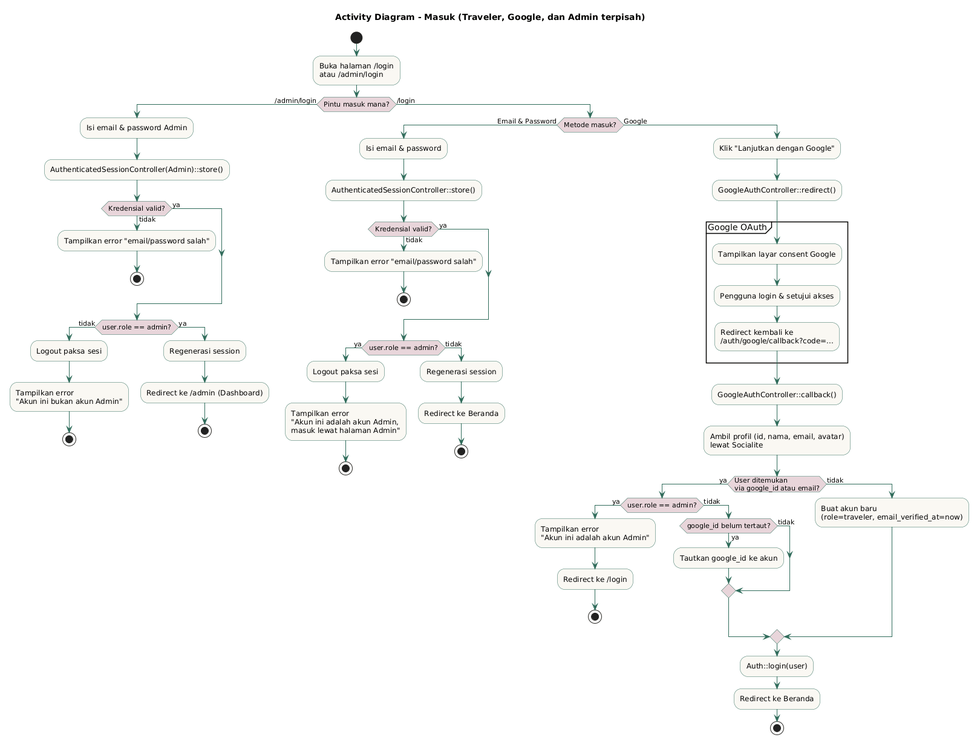
The PlantUML diagram docs/gabungan/uml-plantuml/02-activity-login.png in anugrahhhhh/tripplane-jogja-itenary, before a commit.
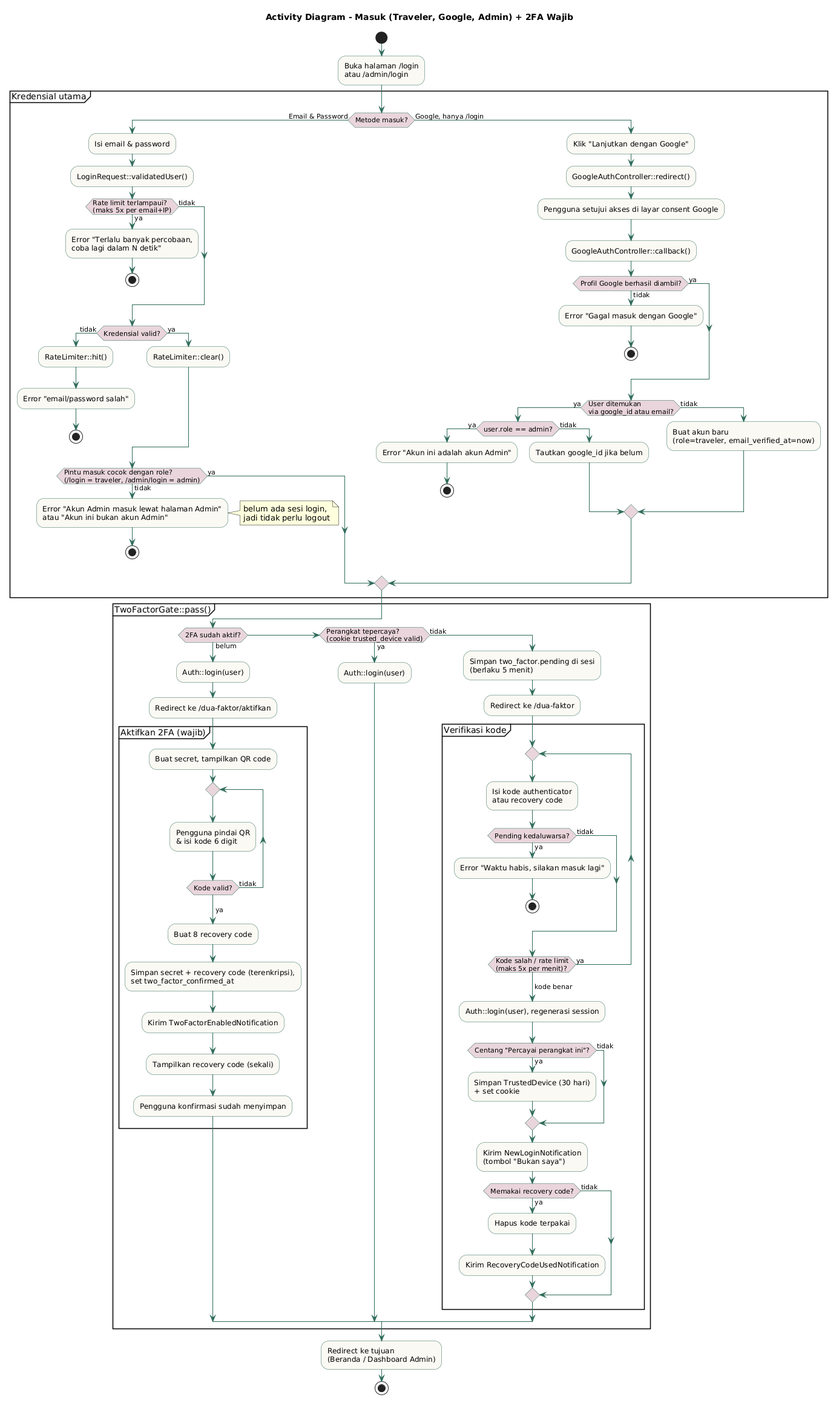
The same diagram one commit later.

Change to the diagram source:
```diff
@@ -1,5 +1,5 @@
 @startuml
-title Activity Diagram - Masuk (Traveler, Google, dan Admin terpisah)
+title Activity Diagram - Masuk (Traveler, Google, Admin) + 2FA Wajib
 
 skinparam activity {
   BackgroundColor #FAF8F3
@@ -11,70 +11,98 @@
 start
 :Buka halaman /login\natau /admin/login;
 
-if (Pintu masuk mana?) then (/admin/login)
-  :Isi email & password Admin;
-  :AuthenticatedSessionController(Admin)::store();
-  if (Kredensial valid?) then (tidak)
-    :Tampilkan error "email/password salah";
-    stop
-  else (ya)
-  endif
-  if (user.role == admin?) then (tidak)
-    :Logout paksa sesi;
-    :Tampilkan error\n"Akun ini bukan akun Admin";
-    stop
-  else (ya)
-    :Regenerasi session;
-    :Redirect ke /admin (Dashboard);
-    stop
-  endif
-
-else (/login)
+partition "Kredensial utama" {
   if (Metode masuk?) then (Email & Password)
     :Isi email & password;
-    :AuthenticatedSessionController::store();
+    :LoginRequest::validatedUser();
+    if (Rate limit terlampaui?\n(maks 5x per email+IP)) then (ya)
+      :Error "Terlalu banyak percobaan,\ncoba lagi dalam N detik";
+      stop
+    else (tidak)
+    endif
     if (Kredensial valid?) then (tidak)
-      :Tampilkan error "email/password salah";
+      :RateLimiter::hit();
+      :Error "email/password salah";
+      stop
+    else (ya)
+      :RateLimiter::clear();
+    endif
+    if (Pintu masuk cocok dengan role?\n(/login = traveler, /admin/login = admin)) then (tidak)
+      :Error "Akun Admin masuk lewat halaman Admin"\natau "Akun ini bukan akun Admin";
+      note right : belum ada sesi login,\njadi tidak perlu logout
       stop
     else (ya)
     endif
-    if (user.role == admin?) then (ya)
-      :Logout paksa sesi;
-      :Tampilkan error\n"Akun ini adalah akun Admin,\nmasuk lewat halaman Admin";
-      stop
-    else (tidak)
-      :Regenerasi session;
-      :Redirect ke Beranda;
-      stop
-    endif
 
-  else (Google)
+  else (Google, hanya /login)
     :Klik "Lanjutkan dengan Google";
     :GoogleAuthController::redirect();
-    partition "Google OAuth" {
-      :Tampilkan layar consent Google;
-      :Pengguna login & setujui akses;
-      :Redirect kembali ke\n/auth/google/callback?code=...;
-    }
+    :Pengguna setujui akses di layar consent Google;
     :GoogleAuthController::callback();
-    :Ambil profil (id, nama, email, avatar)\nlewat Socialite;
+    if (Profil Google berhasil diambil?) then (tidak)
+      :Error "Gagal masuk dengan Google";
+      stop
+    else (ya)
+    endif
     if (User ditemukan\nvia google_id atau email?) then (ya)
       if (user.role == admin?) then (ya)
-        :Tampilkan error\n"Akun ini adalah akun Admin";
-        :Redirect ke /login;
+        :Error "Akun ini adalah akun Admin";
         stop
       else (tidak)
-        if (google_id belum tertaut?) then (ya)
-          :Tautkan google_id ke akun;
-        else (tidak)
-        endif
+        :Tautkan google_id jika belum;
       endif
     else (tidak)
       :Buat akun baru\n(role=traveler, email_verified_at=now);
     endif
+  endif
+}
+
+partition "TwoFactorGate::pass()" {
+  if (2FA sudah aktif?) then (belum)
     :Auth::login(user);
-    :Redirect ke Beranda;
-    stop
+    :Redirect ke /dua-faktor/aktifkan;
+    partition "Aktifkan 2FA (wajib)" {
+      :Buat secret, tampilkan QR code;
+      repeat
+        :Pengguna pindai QR\n& isi kode 6 digit;
+      repeat while (Kode valid?) is (tidak)
+      -> ya;
+      :Buat 8 recovery code;
+      :Simpan secret + recovery code (terenkripsi),\nset two_factor_confirmed_at;
+      :Kirim TwoFactorEnabledNotification;
+      :Tampilkan recovery code (sekali);
+      :Pengguna konfirmasi sudah menyimpan;
+    }
+  elseif (Perangkat tepercaya?\n(cookie trusted_device valid)) then (ya)
+    :Auth::login(user);
+  else (tidak)
+    :Simpan two_factor.pending di sesi\n(berlaku 5 menit);
+    :Redirect ke /dua-faktor;
+    partition "Verifikasi kode" {
+      repeat
+        :Isi kode authenticator\natau recovery code;
+        if (Pending kedaluwarsa?) then (ya)
+          :Error "Waktu habis, silakan masuk lagi";
+          stop
+        else (tidak)
+        endif
+      repeat while (Kode salah / rate limit\n(maks 5x per menit)?) is (ya)
+      -> kode benar;
+      :Auth::login(user), regenerasi session;
+      if (Centang "Percayai perangkat ini"?) then (ya)
+        :Simpan TrustedDevice (30 hari)\n+ set cookie;
+      else (tidak)
+      endif
+      :Kirim NewLoginNotification\n(tombol "Bukan saya");
+      if (Memakai recovery code?) then (ya)
+        :Hapus kode terpakai;
+        :Kirim RecoveryCodeUsedNotification;
+      else (tidak)
+      endif
+    }
   endif
-endif
+}
+
+:Redirect ke tujuan\n(Beranda / Dashboard Admin);
+stop
 @enduml
```
